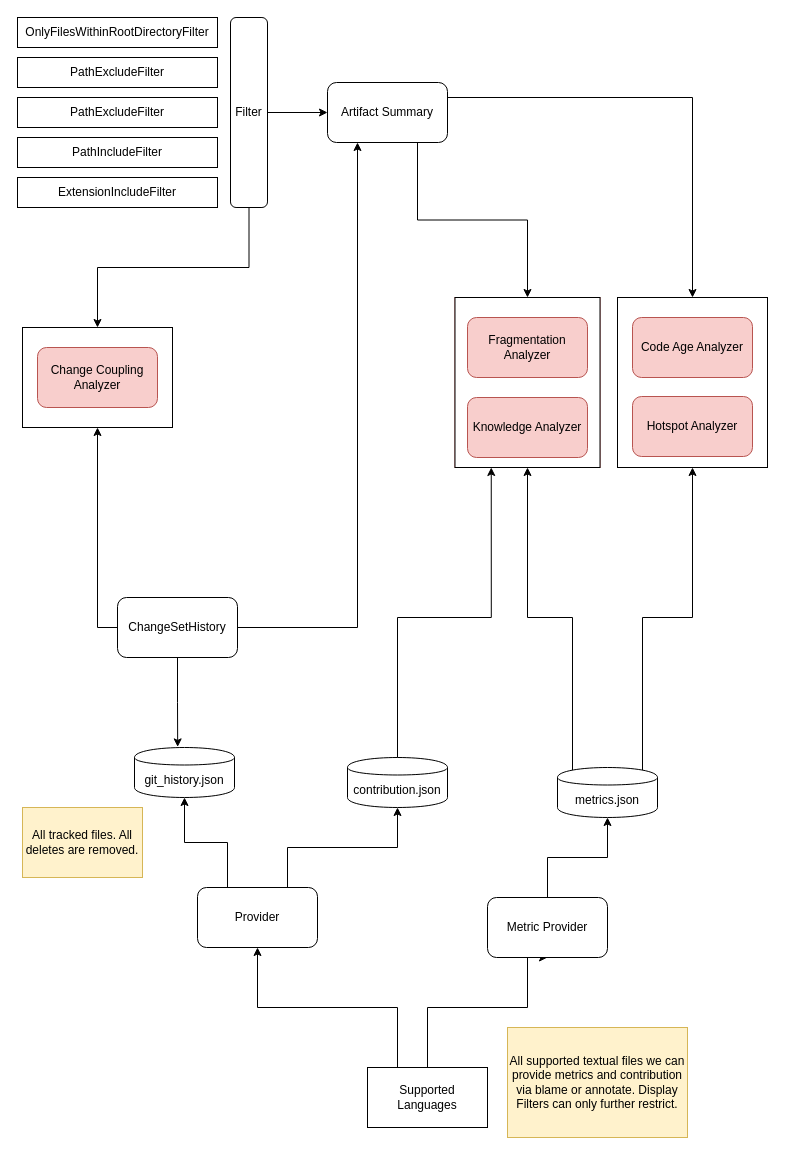
Above: Documents/Insight.drawio in ATrefzer/Insight (draw.io), before the change. Source tidied: cells renumbered, new cells numbered last; positions are measured from the earlier drawing's top-left corner, leaving out a move shared by most shapes. Both pictures are drawn from the tidied source at 100%, with x=0, y=0 at pixel (17, 17).
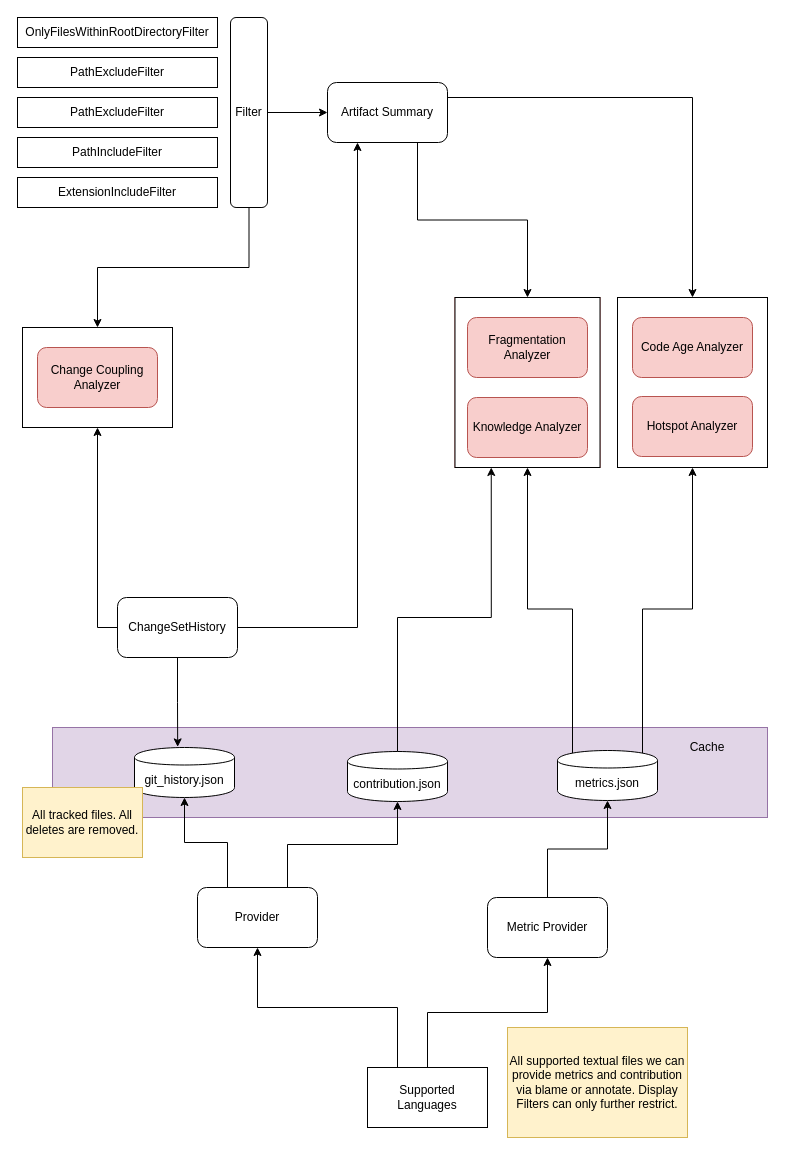
Above is the later version.

Unchanged cells that the change refers to:
```xml
<mxCell id="19" value="Supported Languages" style="rounded=0;whiteSpace=wrap;html=1;" parent="1" vertex="1">
  <mxGeometry x="350" y="1050" width="120" height="60" as="geometry" />
</mxCell>
<mxCell id="22" value="Metric Provider" style="rounded=1;whiteSpace=wrap;html=1;" parent="1" vertex="1">
  <mxGeometry x="470" y="880" width="120" height="60" as="geometry" />
</mxCell>
```

The edit, as a diff of the source:
```diff
@@
+    <mxCell id="45" style="group;" parent="1" vertex="1">
+      <mxGeometry x="35" y="710" width="715" height="90" as="geometry" />
+    </mxCell>
+    <mxCell id="46" style="rounded=0;whiteSpace=wrap;html=1;fillColor=#e1d5e7;strokeColor=#9673a6;" parent="45" vertex="1">
+      <mxGeometry width="715" height="90" as="geometry" />
+    </mxCell>
-    <mxCell id="2" value="metrics.json" style="shape=cylinder;whiteSpace=wrap;html=1;boundedLbl=1;backgroundOutline=1;" parent="1" vertex="1">
-      <mxGeometry x="540" y="750" width="100" height="50" as="geometry" />
+    <mxCell id="2" value="metrics.json" style="shape=cylinder;whiteSpace=wrap;html=1;boundedLbl=1;backgroundOutline=1;" parent="45" vertex="1">
+      <mxGeometry x="505" y="23" width="100" height="50" as="geometry" />
     </mxCell>
-    <mxCell id="3" value="git_history.json" style="shape=cylinder;whiteSpace=wrap;html=1;boundedLbl=1;backgroundOutline=1;" parent="1" vertex="1">
-      <mxGeometry x="117" y="730" width="100" height="50" as="geometry" />
+    <mxCell id="3" value="git_history.json" style="shape=cylinder;whiteSpace=wrap;html=1;boundedLbl=1;backgroundOutline=1;" parent="45" vertex="1">
+      <mxGeometry x="82" y="20" width="100" height="50" as="geometry" />
     </mxCell>
+    <mxCell id="26" value="contribution.json" style="shape=cylinder;whiteSpace=wrap;html=1;boundedLbl=1;backgroundOutline=1;" parent="45" vertex="1">
+      <mxGeometry x="295" y="24" width="100" height="50" as="geometry" />
+    </mxCell>
+    <mxCell id="47" value="Cache" style="text;html=1;strokeColor=none;fillColor=none;align=center;verticalAlign=middle;whiteSpace=wrap;rounded=0;" parent="45" vertex="1">
+      <mxGeometry x="635" y="10" width="40" height="20" as="geometry" />
+    </mxCell>
     <mxCell id="4" value="All tracked files. All deletes are removed." style="rounded=0;whiteSpace=wrap;html=1;fillColor=#fff2cc;strokeColor=#d6b656;" parent="1" vertex="1">
-      <mxGeometry x="5" y="790" width="120" height="70" as="geometry" />
+      <mxGeometry x="5" y="770" width="120" height="70" as="geometry" />
     </mxCell>
@@
     <mxCell id="20" style="edgeStyle=orthogonalEdgeStyle;rounded=0;jettySize=auto;html=1;exitX=0.5;exitY=0;exitDx=0;exitDy=0;entryX=0.5;entryY=1;entryDx=0;entryDy=0;" parent="1" edge="1" source="19" target="22">
-      <mxGeometry relative="1" as="geometry">
-        <Array as="points">
-          <mxPoint x="410" y="990" />
-          <mxPoint x="510" y="990" />
-        </Array>
-      </mxGeometry>
+      <mxGeometry relative="1" as="geometry" />
     </mxCell>
@@
-    <mxCell id="26" value="contribution.json" style="shape=cylinder;whiteSpace=wrap;html=1;boundedLbl=1;backgroundOutline=1;" parent="1" vertex="1">
-      <mxGeometry x="330" y="740" width="100" height="50" as="geometry" />
-    </mxCell>
```
